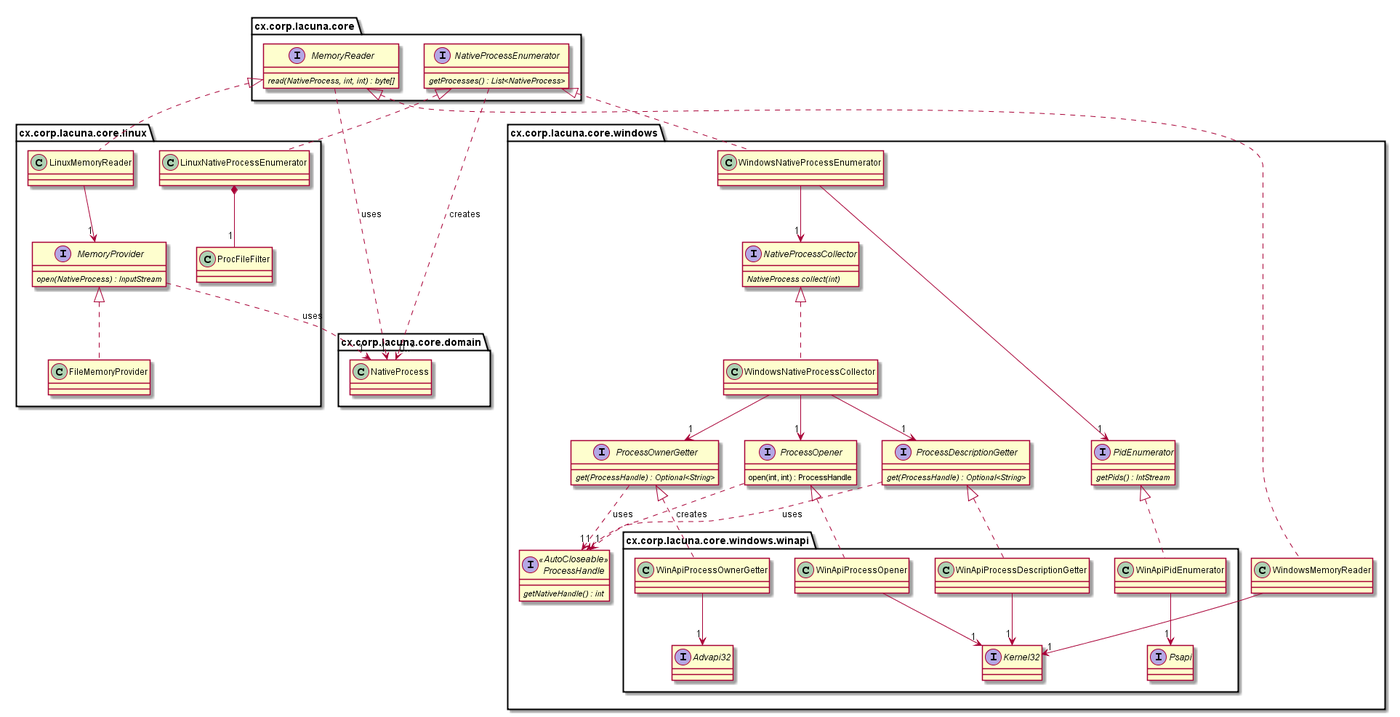
cxcorp/lacuna keeps this PlantUML diagram as dokumentaatio/luokkakaavio.png. Above is the earlier version. Its source is kept beside it as dokumentaatio/luokkakaavio.puml.
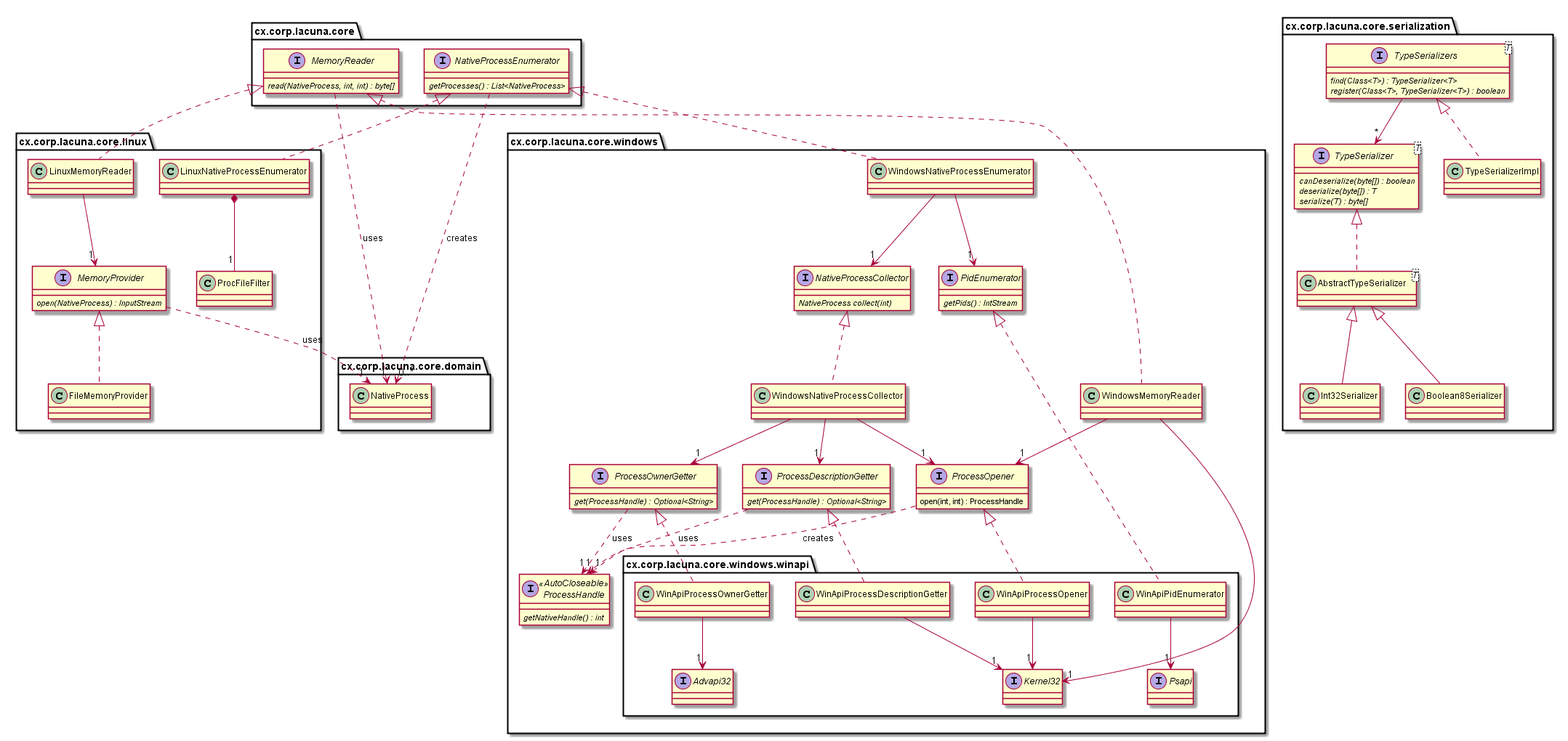
After the change.

Change to the diagram source:
```diff
@@ -14,6 +14,29 @@
 
     MemoryReader ..>  "1" NativeProcess : uses
     NativeProcessEnumerator ..> "0..*" NativeProcess : creates
+}
+
+package cx.corp.lacuna.core.serialization {
+	interface TypeSerializers<T> {
+		{abstract} find(Class<T>) : TypeSerializer<T>
+		{abstract} register(Class<T>, TypeSerializer<T>) : boolean
+	}
+	interface TypeSerializer<T> {
+		{abstract} canDeserialize(byte[]) : boolean
+		{abstract} deserialize(byte[]) : T
+		{abstract} serialize(T) : byte[]
+	}
+
+	class AbstractTypeSerializer<T>
+	class Boolean8Serializer
+	class Int32Serializer
+
+	TypeSerializer  <|.. AbstractTypeSerializer
+	AbstractTypeSerializer <|-- Boolean8Serializer
+	AbstractTypeSerializer <|-- Int32Serializer
+
+	TypeSerializers <|.. TypeSerializerImpl
+	TypeSerializers --> "*" TypeSerializer
 }
 
 package cx.corp.lacuna.core.windows {
@@ -81,6 +104,7 @@
 
     MemoryReader <|.. WindowsMemoryReader
     WindowsMemoryReader --> "1" Kernel32
+	WindowsMemoryReader --> "1" ProcessOpener
 }
 
 package cx.corp.lacuna.core.linux {
```
